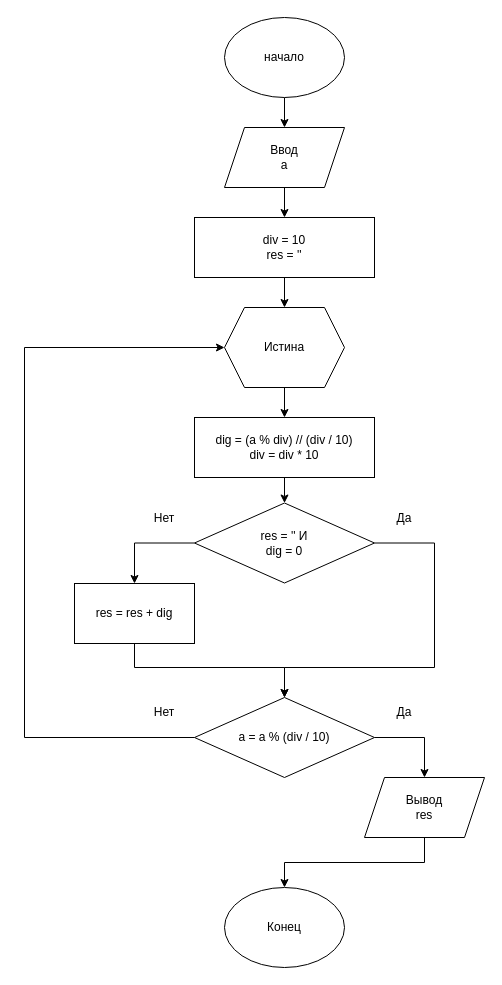
Above: lesson_2/lesson_2_ex3.drawio in peleskov/algorithms (draw.io), before the change. Source tidied: cells renumbered, new cells numbered last; positions are measured from the earlier drawing's top-left corner, leaving out a move shared by most shapes. Both pictures are drawn from the tidied source at 100%, with x=0, y=0 at pixel (24, 17).
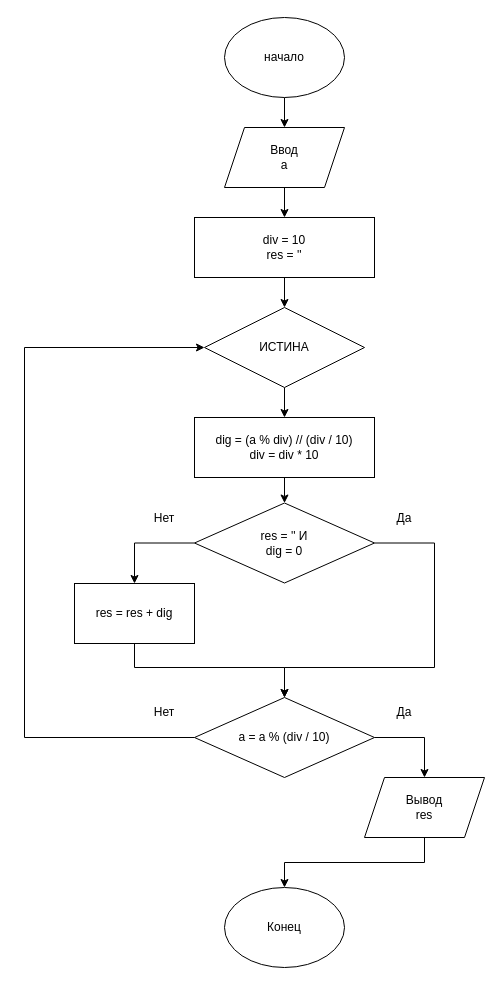
Above is the later version.

Unchanged cells that the change refers to:
```xml
<mxCell id="9" value="dig = (a % div) // (div / 10)&lt;br&gt;div = div * 10" style="rounded=0;whiteSpace=wrap;html=1;" parent="1" vertex="1">
  <mxGeometry x="170" y="400" width="180" height="60" as="geometry" />
</mxCell>
<mxCell id="11" value="div = 10&lt;br&gt;res = ''" style="rounded=0;whiteSpace=wrap;html=1;" parent="1" vertex="1">
  <mxGeometry x="170" y="200" width="180" height="60" as="geometry" />
</mxCell>
<mxCell id="22" value="a = a % (div / 10)" style="rhombus;whiteSpace=wrap;html=1;" parent="1" vertex="1">
  <mxGeometry x="170" y="680" width="180" height="80" as="geometry" />
</mxCell>
```

Diff of the diagram source:
```diff
@@
-    <mxCell id="6" style="edgeStyle=orthogonalEdgeStyle;rounded=0;jettySize=auto;html=1;exitX=0.5;exitY=1;exitDx=0;exitDy=0;entryX=0.5;entryY=0;entryDx=0;entryDy=0;" parent="1" edge="1" source="7" target="9">
-      <mxGeometry relative="1" as="geometry" />
-    </mxCell>
-    <mxCell id="7" value="Истина" style="shape=hexagon;perimeter=hexagonPerimeter2;whiteSpace=wrap;html=1;fixedSize=1;" parent="1" vertex="1">
-      <mxGeometry x="200" y="290" width="120" height="80" as="geometry" />
-    </mxCell>
@@
-    <mxCell id="10" style="edgeStyle=orthogonalEdgeStyle;rounded=0;jettySize=auto;html=1;" parent="1" edge="1" source="11" target="7">
-      <mxGeometry relative="1" as="geometry" />
-    </mxCell>
+    <mxCell id="27" style="edgeStyle=orthogonalEdgeStyle;rounded=0;jettySize=auto;html=1;" parent="1" edge="1" source="11" target="29">
+      <mxGeometry relative="1" as="geometry" />
+    </mxCell>
@@
-    <mxCell id="21" style="edgeStyle=orthogonalEdgeStyle;rounded=0;jettySize=auto;html=1;exitX=0;exitY=0.5;exitDx=0;exitDy=0;entryX=0;entryY=0.5;entryDx=0;entryDy=0;" parent="1" edge="1" source="22" target="7">
+    <mxCell id="21" style="edgeStyle=orthogonalEdgeStyle;rounded=0;jettySize=auto;html=1;exitX=0;exitY=0.5;exitDx=0;exitDy=0;" parent="1" edge="1" source="22" target="29">
       <mxGeometry relative="1" as="geometry">
         <Array as="points">
           <mxPoint y="720" />
           <mxPoint y="330" />
         </Array>
       </mxGeometry>
     </mxCell>
@@
+    <mxCell id="28" style="edgeStyle=orthogonalEdgeStyle;rounded=0;jettySize=auto;html=1;exitX=0.5;exitY=1;exitDx=0;exitDy=0;entryX=0.5;entryY=0;entryDx=0;entryDy=0;" parent="1" edge="1" source="29" target="9">
+      <mxGeometry relative="1" as="geometry" />
+    </mxCell>
+    <mxCell id="29" value="ИСТИНА" style="rhombus;whiteSpace=wrap;html=1;" parent="1" vertex="1">
+      <mxGeometry x="180" y="290" width="160" height="80" as="geometry" />
+    </mxCell>
```
